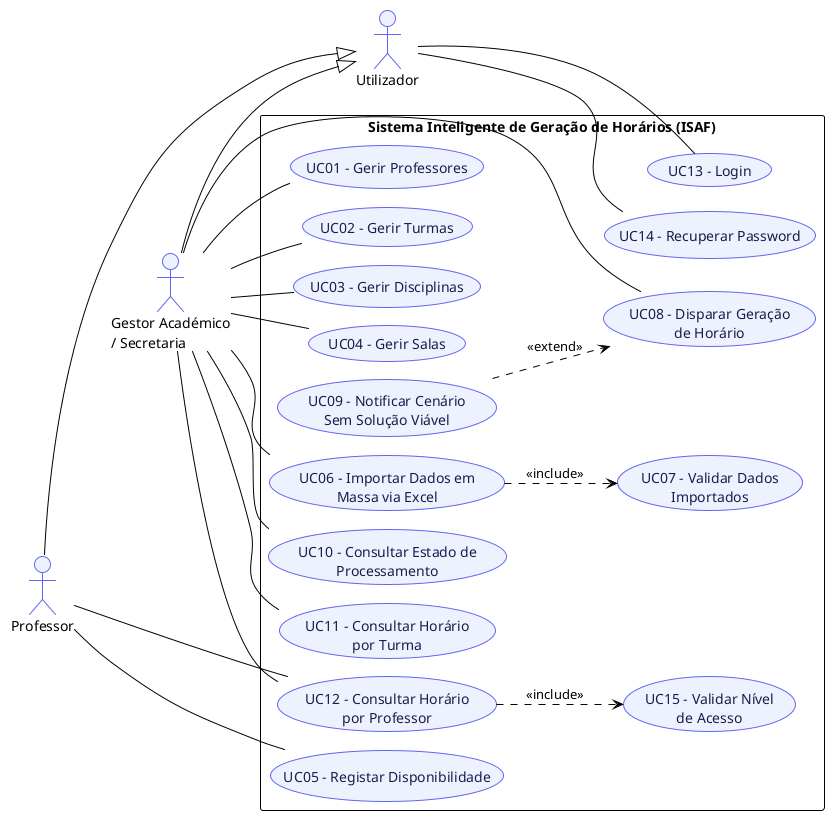
This is docs/media/diagrama_casos_uso.png from CristianoLourenco/timetable_problem_isaf, a PlantUML export, as it was before one commit.
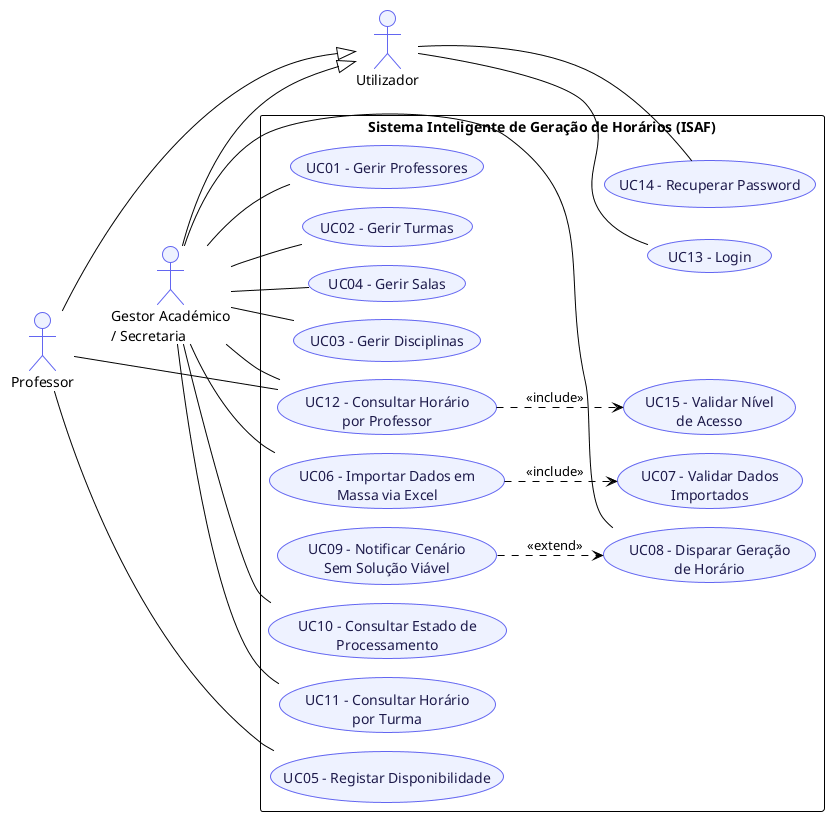
Above is the later version.

Commit message:
docs(usecase): reposiciona UC09 (extend) ao lado de UC08 — mesma coluna que os pares de include

Semanticamente a seta já estava correta (extend aponta do caso que
estende para o caso base, confirmado por pesquisa), mas UC09 estava
posicionado na coluna principal junto dos casos de uso ligados
directamente a um actor, o que sugeria visualmente uma ligação que não
existe. Alinhado agora com UC07/UC15 na coluna direita — mesmo padrão
visual para <<include>> e <<extend>>.

What changed in the source:
```diff
@@ -63,5 +63,6 @@
 Gestor -[hidden]up- Professor
 UC13 -[hidden]up- UC03
 UC14 -[hidden]up- UC04
+UC08 -[hidden]left- UC09
 
 @enduml
```
